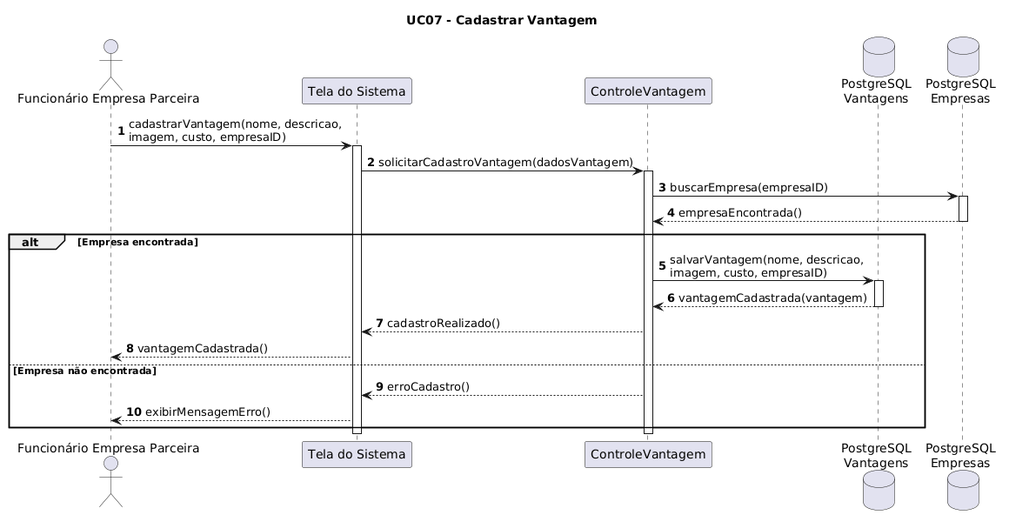
The PlantUML diagram docs/diagrams/sequence-diagram/images/uc-07.png in arturbomtempo-dev/lumen-coin, before a commit. Its source is kept beside it as docs/diagrams/sequence-diagram/source/uc-07.puml.
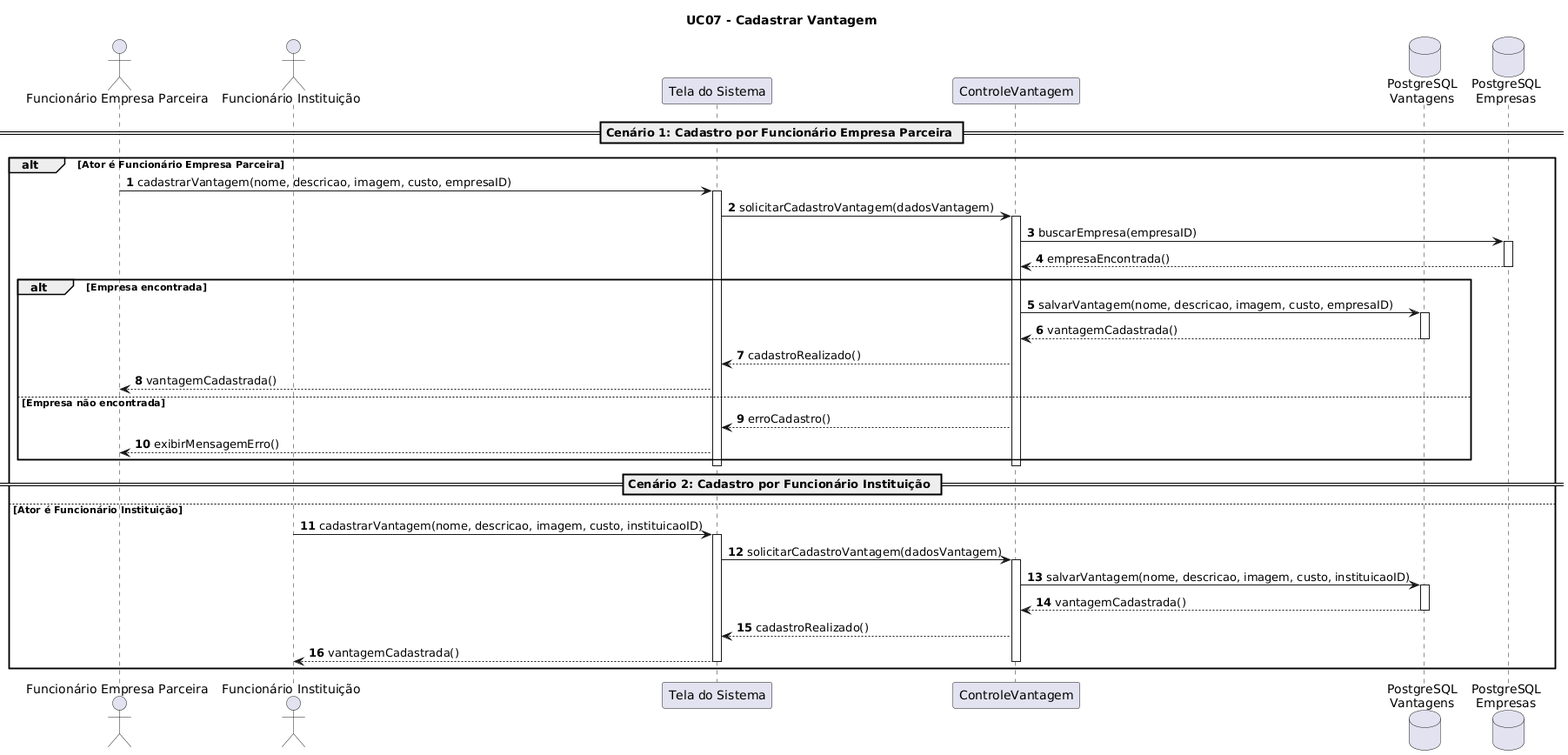
The same diagram one commit later.

The edit, as a diff of the source:
```diff
@@ -3,36 +3,56 @@
 autonumber
 
 title UC07 - Cadastrar Vantagem
+
 actor "Funcionário Empresa Parceira" as FEP
+actor "Funcionário Instituição" as FI
 participant "Tela do Sistema" as Tela
 participant "ControleVantagem" as CV
 database "PostgreSQL\nVantagens" as DBVantagem
 database "PostgreSQL\nEmpresas" as DBEmpresa
 
-FEP -> Tela : cadastrarVantagem(nome, descricao,\nimagem, custo, empresaID)
-activate Tela
+== Cenário 1: Cadastro por Funcionário Empresa Parceira ==
+alt Ator é Funcionário Empresa Parceira
+    FEP -> Tela : cadastrarVantagem(nome, descricao, imagem, custo, empresaID)
+    activate Tela
+    Tela -> CV : solicitarCadastroVantagem(dadosVantagem)
+    activate CV
 
-Tela -> CV : solicitarCadastroVantagem(dadosVantagem)
-activate CV
+    CV -> DBEmpresa : buscarEmpresa(empresaID)
+    activate DBEmpresa
+    DBEmpresa --> CV : empresaEncontrada()
+    deactivate DBEmpresa
 
-CV -> DBEmpresa : buscarEmpresa(empresaID)
-activate DBEmpresa
-DBEmpresa --> CV : empresaEncontrada()
-deactivate DBEmpresa
+    alt Empresa encontrada
+        CV -> DBVantagem : salvarVantagem(nome, descricao, imagem, custo, empresaID)
+        activate DBVantagem
+        DBVantagem --> CV : vantagemCadastrada()
+        deactivate DBVantagem
+        CV --> Tela : cadastroRealizado()
+        Tela --> FEP : vantagemCadastrada()
+    else Empresa não encontrada
+        CV --> Tela : erroCadastro()
+        Tela --> FEP : exibirMensagemErro()
+    end
+    deactivate CV
+    deactivate Tela
 
-alt Empresa encontrada
-    CV -> DBVantagem : salvarVantagem(nome, descricao,\nimagem, custo, empresaID)
+== Cenário 2: Cadastro por Funcionário Instituição ==
+else Ator é Funcionário Instituição
+    FI -> Tela : cadastrarVantagem(nome, descricao, imagem, custo, instituicaoID)
+    activate Tela
+    Tela -> CV : solicitarCadastroVantagem(dadosVantagem)
+    activate CV
+
+    CV -> DBVantagem : salvarVantagem(nome, descricao, imagem, custo, instituicaoID)
     activate DBVantagem
-    DBVantagem --> CV : vantagemCadastrada(vantagem)
+    DBVantagem --> CV : vantagemCadastrada()
     deactivate DBVantagem
 
     CV --> Tela : cadastroRealizado()
-    Tela --> FEP : vantagemCadastrada()
-else Empresa não encontrada
-    CV --> Tela : erroCadastro()
-    Tela --> FEP : exibirMensagemErro()
+    Tela --> FI : vantagemCadastrada()
+    deactivate CV
+    deactivate Tela
 end
 
-deactivate CV
-deactivate Tela
 @enduml
```
